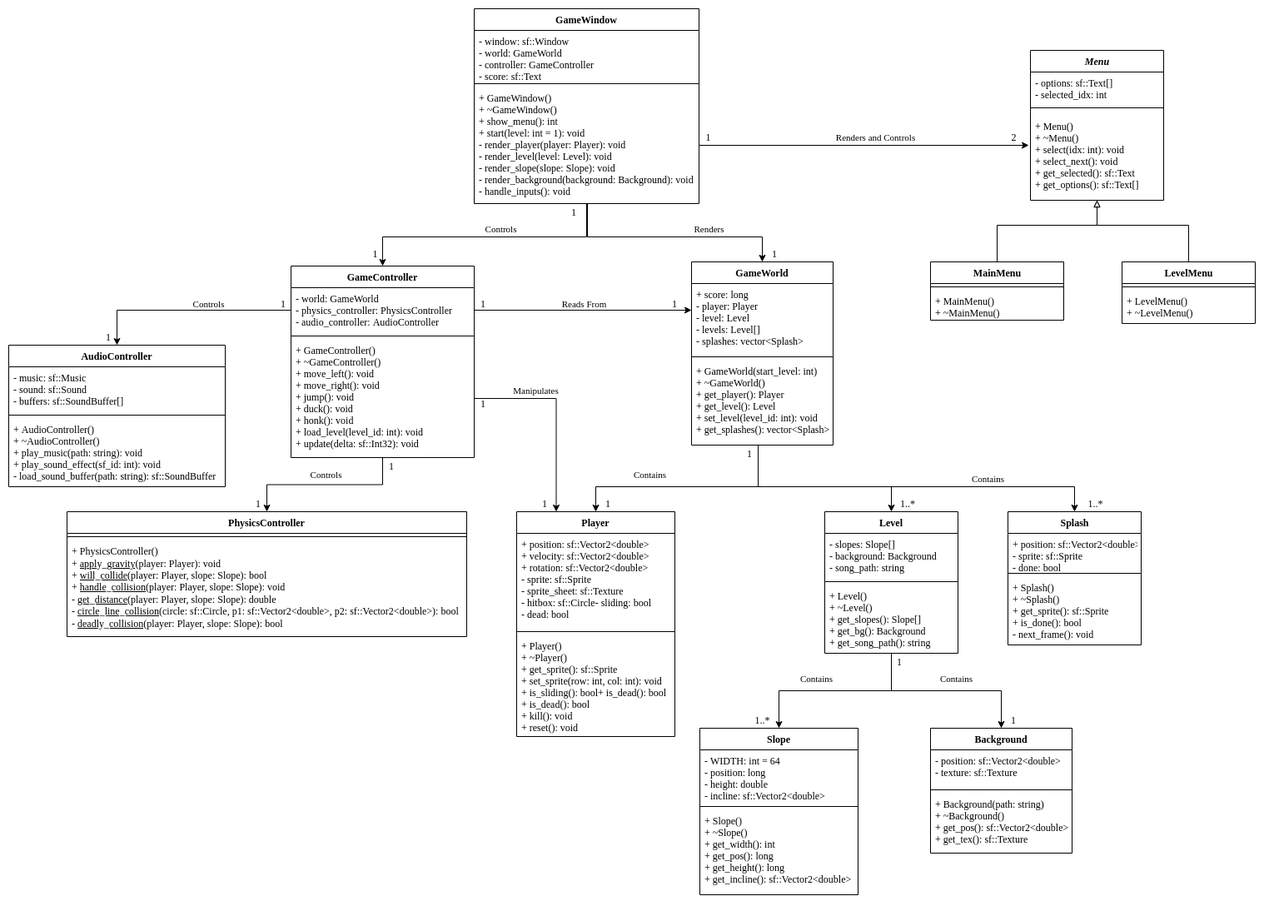
sephpace/penguin-slide keeps this draw.io diagram as doc/uml.png. Above is the earlier version. Source tidied: cells renumbered, new cells last; positions are measured from the earlier drawing's top-left corner, leaving out a move shared by most shapes.
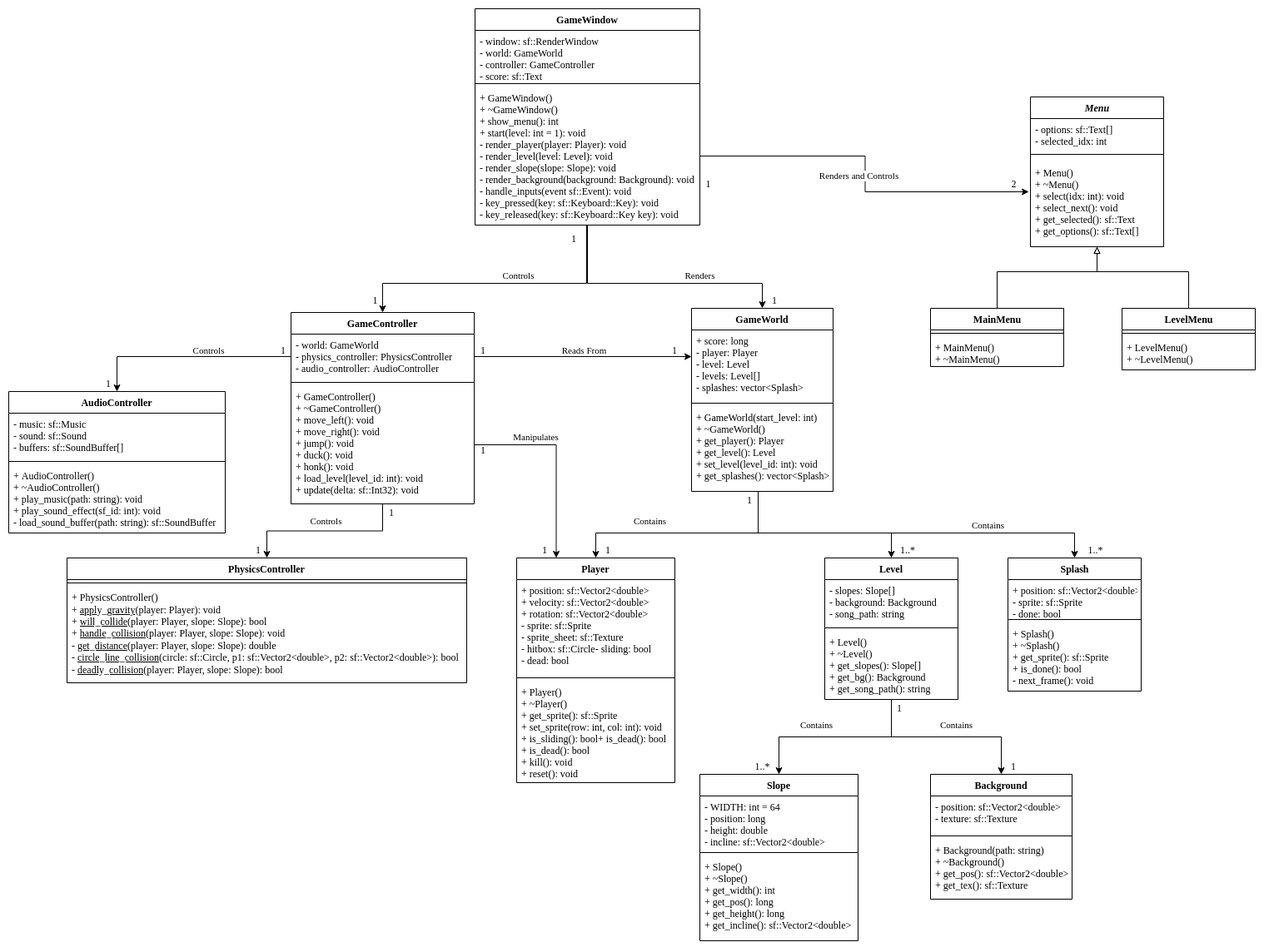
The same diagram one commit later.

Commit message:
Create GameWindow and set up general code structure.

What changed in the source:
```diff
@@ -29,16 +29,16 @@
       </mxGeometry>
     </mxCell>
     <mxCell id="6" value="GameWindow" style="swimlane;fontStyle=1;align=center;verticalAlign=top;horizontal=1;startSize=26;" parent="1" vertex="1">
-      <mxGeometry x="559" width="270" height="234" as="geometry" />
+      <mxGeometry x="560" y="-56" width="270" height="260" as="geometry" />
     </mxCell>
-    <mxCell id="7" value="- window: sf::Window&#10;- world: GameWorld&#10;- controller: GameController&#10;- score: sf::Text&#10;" style="text;strokeColor=none;fillColor=none;align=left;verticalAlign=top;spacingLeft=4;spacingRight=4;overflow=hidden;" parent="6" vertex="1">
+    <mxCell id="7" value="- window: sf::RenderWindow&#10;- world: GameWorld&#10;- controller: GameController&#10;- score: sf::Text&#10;" style="text;strokeColor=none;fillColor=none;align=left;verticalAlign=top;spacingLeft=4;spacingRight=4;overflow=hidden;" parent="6" vertex="1">
       <mxGeometry y="26" width="270" height="60" as="geometry" />
     </mxCell>
     <mxCell id="8" style="line;strokeWidth=1;fillColor=none;align=left;verticalAlign=middle;spacingTop=-1;spacingLeft=3;spacingRight=3;labelPosition=right;" parent="6" vertex="1">
       <mxGeometry y="86" width="270" height="8" as="geometry" />
     </mxCell>
-    <mxCell id="9" value="+ GameWindow()&#10;+ ~GameWindow()&#10;+ show_menu(): int&#10;+ start(level: int = 1): void&#10;- render_player(player: Player): void&#10;- render_level(level: Level): void&#10;- render_slope(slope: Slope): void&#10;- render_background(background: Background): void&#10;- handle_inputs(): void&#10;" style="text;strokeColor=none;fillColor=none;align=left;verticalAlign=top;spacingLeft=4;spacingRight=4;overflow=hidden;points=[[0,0.5],[1,0.5]];portConstraint=eastwest;" parent="6" vertex="1">
-      <mxGeometry y="94" width="270" height="140" as="geometry" />
+    <mxCell id="9" value="+ GameWindow()&#10;+ ~GameWindow()&#10;+ show_menu(): int&#10;+ start(level: int = 1): void&#10;- render_player(player: Player): void&#10;- render_level(level: Level): void&#10;- render_slope(slope: Slope): void&#10;- render_background(background: Background): void&#10;- handle_inputs(event sf::Event): void&#10;- key_pressed(key: sf::Keyboard::Key): void&#10;- key_released(key: sf::Keyboard::Key key): void&#10;&#10;" style="text;strokeColor=none;fillColor=none;align=left;verticalAlign=top;spacingLeft=4;spacingRight=4;overflow=hidden;points=[[0,0.5],[1,0.5]];portConstraint=eastwest;" parent="6" vertex="1">
+      <mxGeometry y="94" width="270" height="166" as="geometry" />
     </mxCell>
     <mxCell id="10" style="edgeStyle=orthogonalEdgeStyle;rounded=0;jettySize=auto;html=1;exitX=0.5;exitY=1;exitDx=0;exitDy=0;entryX=0.5;entryY=0;entryDx=0;entryDy=0;" parent="1" edge="1" source="12" target="45">
       <mxGeometry relative="1" as="geometry" />
@@ -61,7 +61,7 @@
       <mxGeometry y="88" width="220" height="142" as="geometry" />
     </mxCell>
     <mxCell id="16" value="1" style="text;html=1;strokeColor=none;fillColor=none;align=center;verticalAlign=middle;whiteSpace=wrap;rounded=0;" parent="1" vertex="1">
-      <mxGeometry x="664" y="234" width="30" height="20" as="geometry" />
+      <mxGeometry x="664" y="210" width="30" height="20" as="geometry" />
     </mxCell>
     <mxCell id="17" value="1" style="text;html=1;align=center;verticalAlign=middle;" parent="1" vertex="1">
       <mxGeometry x="430" y="284" width="20" height="20" as="geometry" />
@@ -334,7 +334,7 @@
     </mxCell>
     <mxCell id="93" value="Renders and Controls" style="edgeLabel;html=1;align=center;verticalAlign=middle;" parent="92" vertex="1">
       <mxGeometry x="0.12" y="3" relative="1" as="geometry">
-        <mxPoint x="-10" y="-7" as="offset" />
+        <mxPoint x="-11" y="-17" as="offset" />
       </mxGeometry>
     </mxCell>
     <mxCell id="94" value="1" style="text;html=1;align=center;verticalAlign=middle;" parent="1" vertex="1">
```
